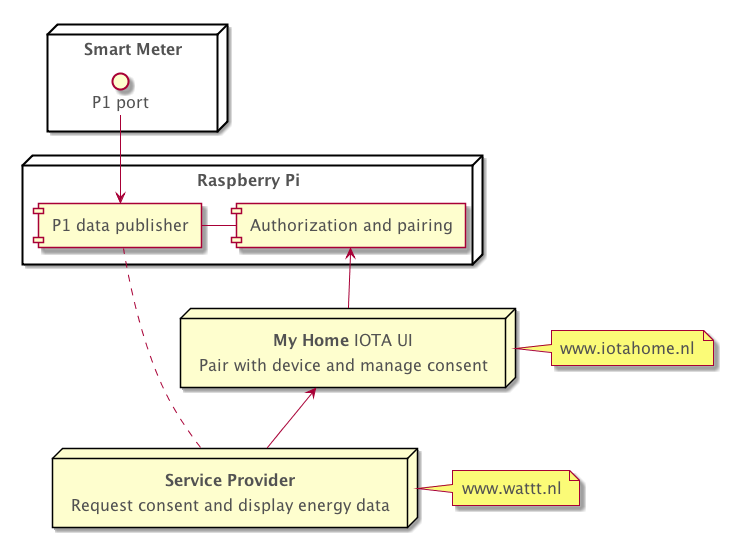
The PlantUML diagram docs/assets/component-diagram-without-mam.png in alliander-opensource/decentralized-auth, before a commit.
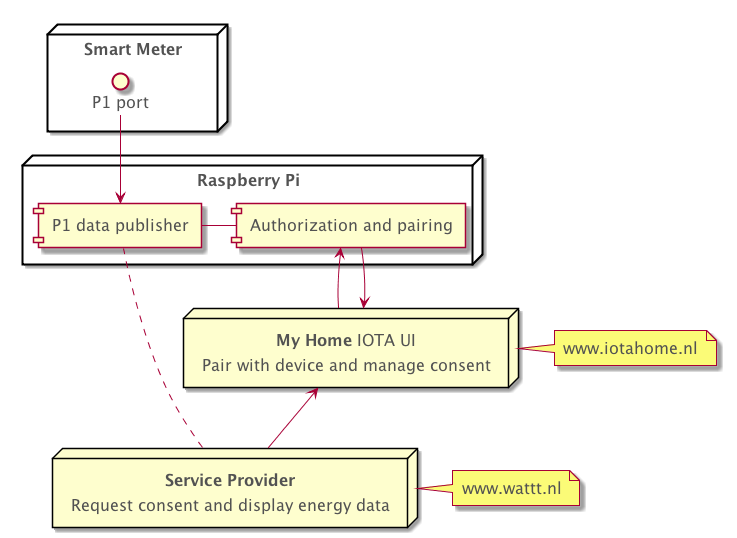
Above is the later version.

Commit message:
doc: bidirectional edges my-home and device

What changed in the source:
```diff
@@ -28,6 +28,7 @@
 note right of my_home : www.iotahome.nl
 
 device_auth_module <- my_home
+device_auth_module -> my_home
 service_provider .. device
 my_home <-- service_provider
 
```
